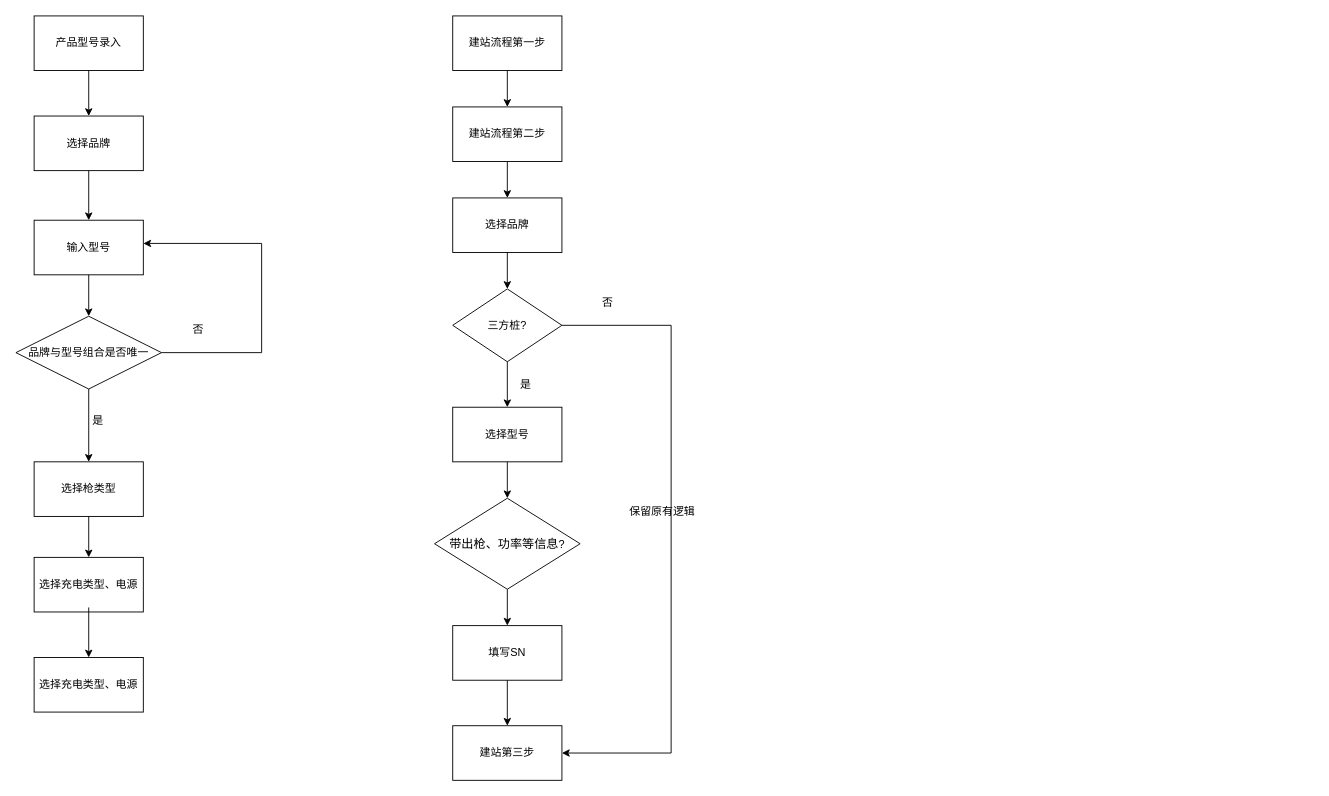
Before: 未命名绘图.drawio in piaoransheng/draw.io, a draw.io diagram. Source tidied: cells renumbered, new cells numbered last; positions are measured from the earlier drawing's top-left corner, leaving out a move shared by most shapes. Both pictures are drawn from the tidied source at 91%, with x=0, y=0 at pixel (15, 15).
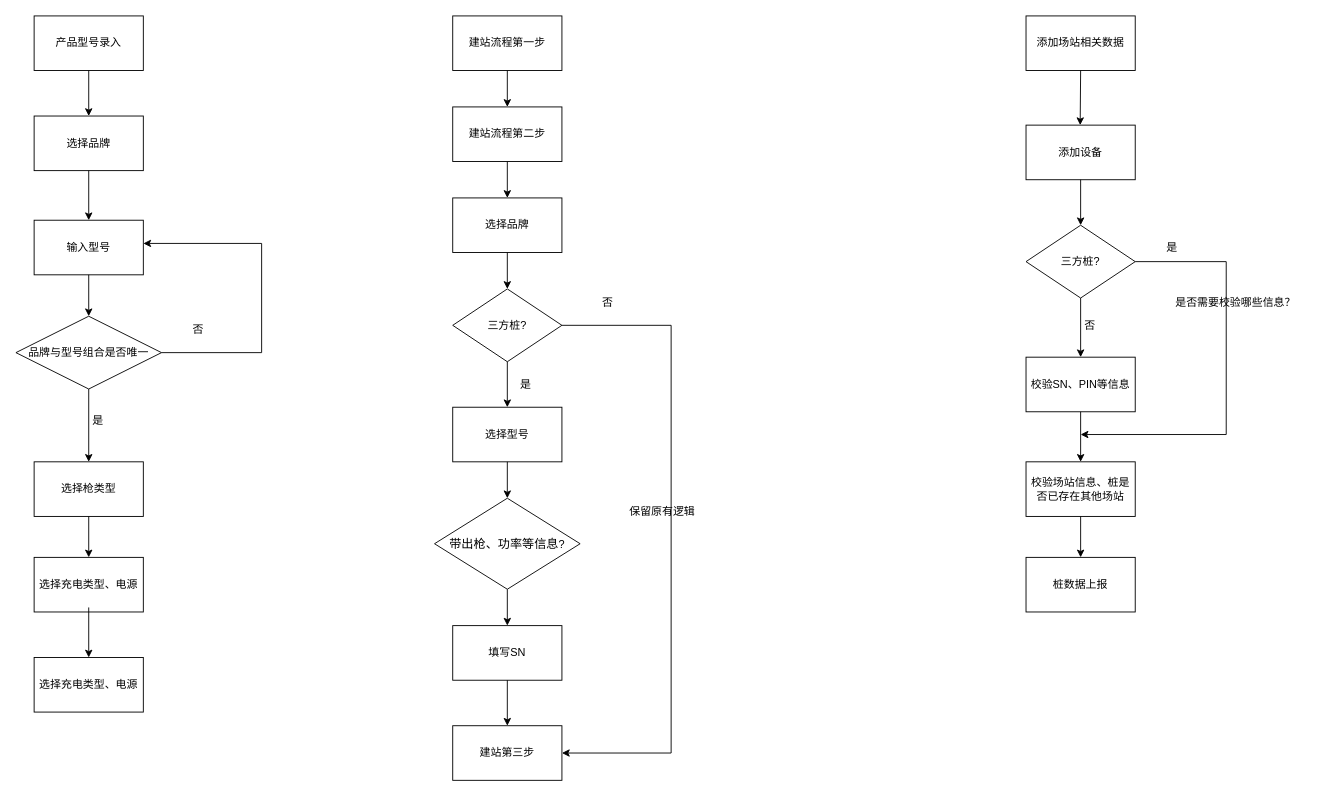
After the change.

Commit message:
更新未命名绘图.drawio

Diff of the diagram source:
```diff
@@
+    <mxCell id="37" value="添加场站相关数据" style="rounded=0;whiteSpace=wrap;html=1;" parent="1" vertex="1">
+      <mxGeometry x="1110" width="120" height="60" as="geometry" />
+    </mxCell>
+    <mxCell id="38" style="endArrow=classic;html=1;rounded=0;exitX=0.5;exitY=1;exitDx=0;exitDy=0;entryX=0.496;entryY=0;entryDx=0;entryDy=0;entryPerimeter=0;" parent="1" edge="1" source="37" target="39">
+      <mxGeometry relative="1" as="geometry" />
+    </mxCell>
+    <mxCell id="39" value="添加设备" style="rounded=0;whiteSpace=wrap;html=1;" parent="1" vertex="1">
+      <mxGeometry x="1110" y="120" width="120" height="60" as="geometry" />
+    </mxCell>
+    <mxCell id="40" value="三方桩?" style="rhombus;whiteSpace=wrap;html=1;" parent="1" vertex="1">
+      <mxGeometry x="1110" y="230" width="120" height="80" as="geometry" />
+    </mxCell>
+    <mxCell id="41" style="endArrow=classic;html=1;rounded=0;exitX=0.5;exitY=1;exitDx=0;exitDy=0;entryX=0.5;entryY=0;entryDx=0;entryDy=0;" parent="1" edge="1" source="39" target="40">
+      <mxGeometry relative="1" as="geometry" />
+    </mxCell>
+    <mxCell id="42" style="endArrow=classic;html=1;rounded=0;exitX=0.5;exitY=1;exitDx=0;exitDy=0;entryX=0.5;entryY=0;entryDx=0;entryDy=0;" parent="1" edge="1" source="40" target="44">
+      <mxGeometry relative="1" as="geometry" />
+    </mxCell>
+    <mxCell id="43" value="否" style="text;html=1;align=center;verticalAlign=middle;strokeColor=none;fillColor=none;" parent="1" vertex="1">
+      <mxGeometry x="1160" y="325" width="40" height="30" as="geometry" />
+    </mxCell>
+    <mxCell id="44" value="校验SN、PIN等信息" style="rounded=0;whiteSpace=wrap;html=1;" parent="1" vertex="1">
+      <mxGeometry x="1110" y="375" width="120" height="60" as="geometry" />
+    </mxCell>
+    <mxCell id="45" style="endArrow=classic;html=1;rounded=0;exitX=1;exitY=0.5;exitDx=0;exitDy=0;" parent="1" edge="1" source="40">
+      <mxGeometry relative="1" as="geometry">
+        <mxPoint x="1170" y="460" as="targetPoint" />
+        <Array as="points">
+          <mxPoint x="1330" y="270" />
+          <mxPoint x="1330" y="460" />
+        </Array>
+      </mxGeometry>
+    </mxCell>
+    <mxCell id="46" value="是" style="text;html=1;align=center;verticalAlign=middle;strokeColor=none;fillColor=none;" parent="1" vertex="1">
+      <mxGeometry x="1250" y="239.5" width="40" height="30" as="geometry" />
+    </mxCell>
+    <mxCell id="47" value="是否需要校验哪些信息？" style="text;html=1;align=center;verticalAlign=middle;strokeColor=none;fillColor=none;" parent="1" vertex="1">
+      <mxGeometry x="1255" y="300" width="170" height="30" as="geometry" />
+    </mxCell>
+    <mxCell id="48" value="校验场站信息、桩是否已存在其他场站" style="rounded=0;whiteSpace=wrap;html=1;" parent="1" vertex="1">
+      <mxGeometry x="1110" y="490" width="120" height="60" as="geometry" />
+    </mxCell>
+    <mxCell id="49" style="endArrow=classic;html=1;rounded=0;exitX=0.5;exitY=1;exitDx=0;exitDy=0;entryX=0.5;entryY=0;entryDx=0;entryDy=0;" parent="1" edge="1" source="44" target="48">
+      <mxGeometry relative="1" as="geometry" />
+    </mxCell>
+    <mxCell id="50" value="桩数据上报" style="rounded=0;whiteSpace=wrap;html=1;" parent="1" vertex="1">
+      <mxGeometry x="1110" y="595" width="120" height="60" as="geometry" />
+    </mxCell>
+    <mxCell id="51" style="endArrow=classic;html=1;rounded=0;exitX=0.5;exitY=1;exitDx=0;exitDy=0;entryX=0.5;entryY=0;entryDx=0;entryDy=0;" parent="1" edge="1" source="48" target="50">
+      <mxGeometry relative="1" as="geometry" />
+    </mxCell>
```
